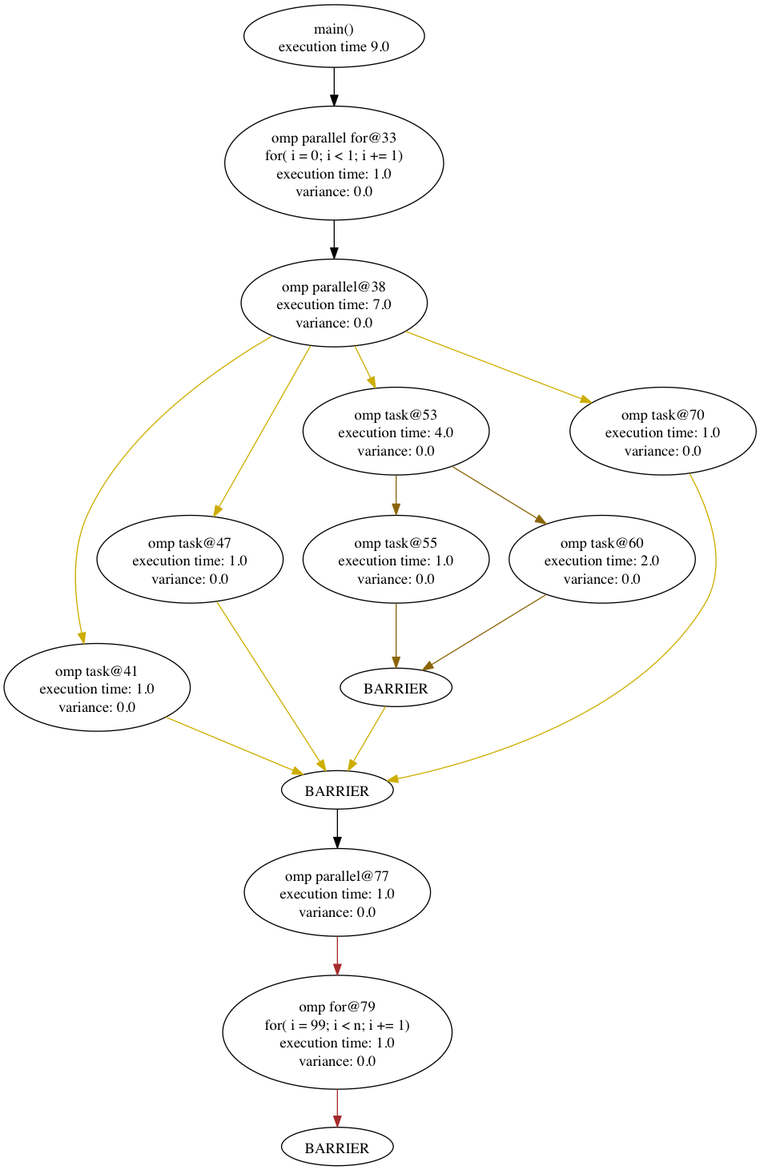
The Graphviz diagram graph_sched/graphs/main_flow.png in filippobrizzi/soma, before a commit. Its source is kept beside it as graph_sched/graphs/main_flow.dot. Source of this version:
```dot
digraph G {
	graph [bb="0,0,704,1088"];
	node [label="\N"];
	26	 [height=0.8171,
		label="main()\nexecution time 9.0",
		pos="309,1058",
		root=26,
		width=2.3433];
	33	 [height=1.4771,
		label="omp parallel for@33\nfor( i = 0; i < 1; i += 1)\nexecution time: 1.0\nvariance: 0.0",
		pos="309,939",
		root=26,
		width=2.8425];
	26 -> 33	 [pos="e,309,992.53 309,1028.4 309,1020.5 309,1011.7 309,1002.7"];
	38	 [height=1.1471,
		label="omp parallel@38\nexecution time: 7.0\nvariance: 0.0",
		pos="309,808",
		root=26,
		width=2.4231];
	33 -> 38	 [pos="e,309,849.55 309,885.53 309,877 309,868.18 309,859.69"];
	41	 [height=1.1471,
		label="omp task@41\nexecution time: 1.0\nvariance: 0.0",
		pos="87,448",
		root=26,
		width=2.4231];
	38 -> 41	 [color=gold3,
		pos="e,74.704,488.99 250.78,776.99 194.66,744.42 113.24,686.62 78,610 62.045,575.31 65.646,531.88 72.493,498.88"];
	47	 [height=1.1471,
		label="omp task@47\nexecution time: 1.0\nvariance: 0.0",
		pos="174,568",
		root=26,
		width=2.4231];
	38 -> 47	 [color=gold3,
		pos="e,196.15,608.06 286.86,767.97 263.41,726.63 226.38,661.35 201.18,616.93"];
	53	 [height=1.1471,
		label="omp task@53\nexecution time: 4.0\nvariance: 0.0",
		pos="367,688",
		root=26,
		width=2.4231];
	38 -> 53	 [color=gold3,
		pos="e,347.57,728.52 328.31,767.71 333.06,758.06 338.19,747.61 343.12,737.58"];
	70	 [height=1.1471,
		label="omp task@70\nexecution time: 1.0\nvariance: 0.0",
		pos="617,688",
		root=26,
		width=2.4231];
	38 -> 70	 [color=gold3,
		pos="e,550.03,714.66 375.83,781.4 424.28,762.83 489.9,737.7 540.45,718.33"];
	"38_end"	 [height=0.5,
		label=BARRIER,
		pos="312,352",
		root=26,
		width=1.4568];
	41 -> "38_end"	 [color=gold3,
		pos="e,279.98,366.38 151.48,420.06 189.77,404.07 237.2,384.25 270.54,370.32"];
	77	 [height=1.1471,
		label="omp parallel@77\nexecution time: 1.0\nvariance: 0.0",
		pos="312,256",
		root=26,
		width=2.4231];
	"38_end" -> 77	 [pos="e,312,297.55 312,333.76 312,326.29 312,317.11 312,307.73"];
	47 -> "38_end"	 [color=gold3,
		pos="e,301.14,369.85 198.99,528.25 226.99,484.83 271.58,415.69 295.52,378.56"];
	55	 [height=1.1471,
		label="omp task@55\nexecution time: 1.0\nvariance: 0.0",
		pos="367,568",
		root=26,
		width=2.4231];
	53 -> 55	 [color=darkgoldenrod4,
		pos="e,367,609.68 367,646.39 367,637.86 367,628.76 367,619.91"];
	60	 [height=1.1471,
		label="omp task@60\nexecution time: 2.0\nvariance: 0.0",
		pos="560,568",
		root=26,
		width=2.4231];
	53 -> 60	 [color=darkgoldenrod4,
		pos="e,507.53,601.08 419.48,654.91 443.95,639.95 473.21,622.06 498.69,606.49"];
	"53_end"	 [height=0.5,
		label=BARRIER,
		pos="367,448",
		root=26,
		width=1.4568];
	55 -> "53_end"	 [color=darkgoldenrod4,
		pos="e,367,466.29 367,526.39 367,509.87 367,491.21 367,476.35"];
	"53_end" -> "38_end"	 [color=gold3,
		pos="e,321.93,369.98 357.17,430.19 348.85,415.98 336.79,395.38 327.23,379.03"];
	60 -> "53_end"	 [color=darkgoldenrod4,
		pos="e,391.58,464.03 507.52,534.91 473.33,514.01 429.75,487.37 400.26,469.33"];
	70 -> "38_end"	 [color=gold3,
		pos="e,358.48,360.42 641.9,648.08 660.37,613.82 678.74,563.67 656,526 593.79,422.96 448.93,379.28 368.44,362.44"];
	79	 [height=1.4771,
		label="omp for@79\nfor( i = 99; i < n; i += 1)\nexecution time: 1.0\nvariance: 0.0",
		pos="312,125",
		root=26,
		width=2.9806];
	77 -> 79	 [color=brown,
		pos="e,312,178.64 312,214.54 312,206.36 312,197.58 312,188.84"];
	"77_end"	 [height=0.5,
		label=BARRIER,
		pos="312,18",
		root=26,
		width=1.4568];
	79 -> "77_end"	 [color=brown,
		pos="e,312,36.46 312,71.808 312,63.132 312,54.445 312,46.694"];
}
```
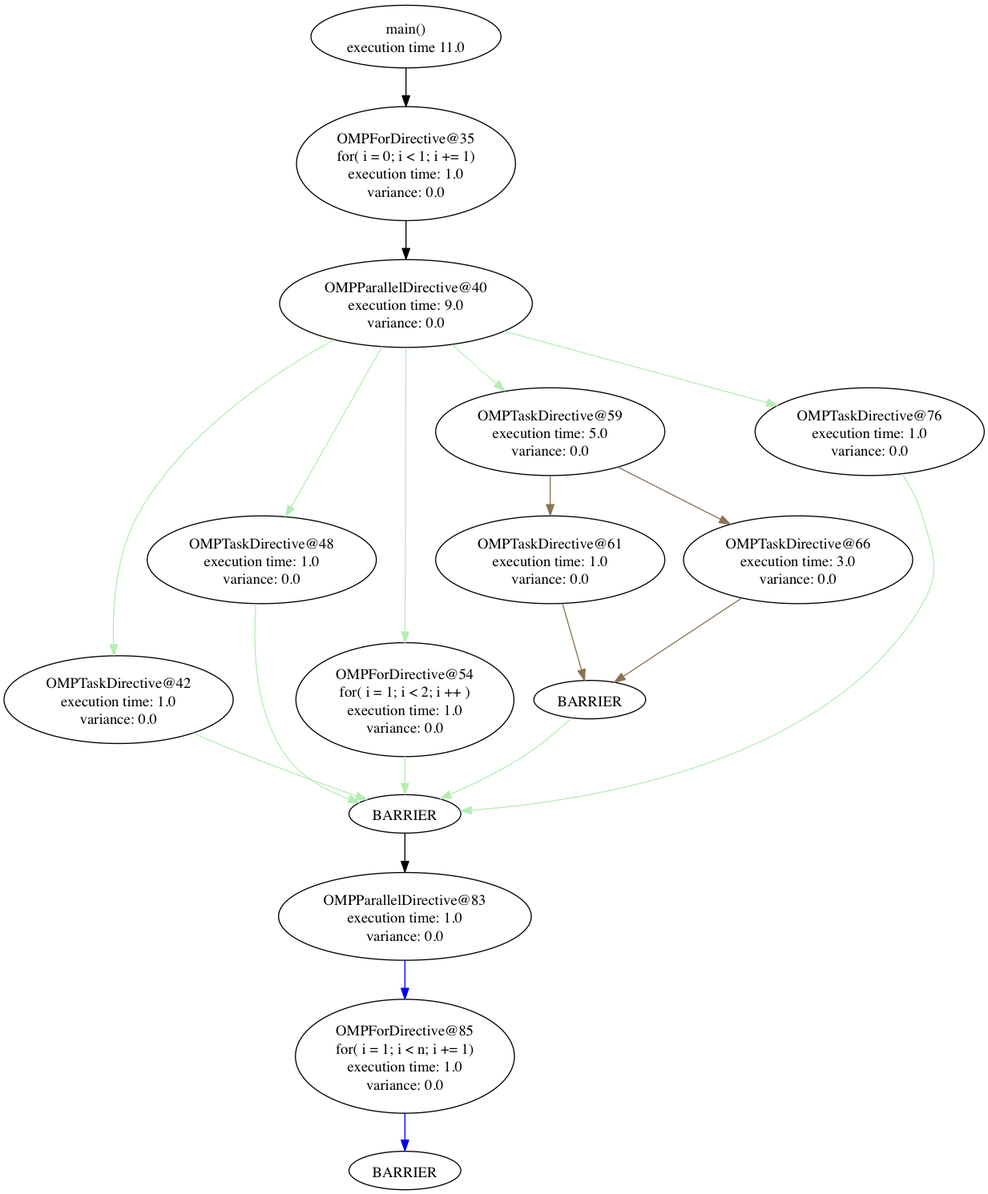
After the commit.

Change to the diagram source:
```diff
@@ -1,105 +1,115 @@
 digraph G {
-	graph [bb="0,0,704,1088"];
+	graph [bb="0,0,917,1110"];
 	node [label="\N"];
-	26	 [height=0.8171,
-		label="main()\nexecution time 9.0",
-		pos="309,1058",
-		root=26,
-		width=2.3433];
-	33	 [height=1.4771,
-		label="omp parallel for@33\nfor( i = 0; i < 1; i += 1)\nexecution time: 1.0\nvariance: 0.0",
-		pos="309,939",
-		root=26,
+	28	 [height=0.8171,
+		label="main()\nexecution time 11.0",
+		pos="376,1080",
+		root=28,
+		width=2.4764];
+	35	 [height=1.4771,
+		label="OMPForDirective@35\nfor( i = 0; i < 1; i += 1)\nexecution time: 1.0\nvariance: 0.0",
+		pos="376,961",
+		root=28,
 		width=2.8425];
-	26 -> 33	 [pos="e,309,992.53 309,1028.4 309,1020.5 309,1011.7 309,1002.7"];
-	38	 [height=1.1471,
-		label="omp parallel@38\nexecution time: 7.0\nvariance: 0.0",
-		pos="309,808",
-		root=26,
-		width=2.4231];
-	33 -> 38	 [pos="e,309,849.55 309,885.53 309,877 309,868.18 309,859.69"];
-	41	 [height=1.1471,
-		label="omp task@41\nexecution time: 1.0\nvariance: 0.0",
-		pos="87,448",
-		root=26,
-		width=2.4231];
-	38 -> 41	 [color=gold3,
-		pos="e,74.704,488.99 250.78,776.99 194.66,744.42 113.24,686.62 78,610 62.045,575.31 65.646,531.88 72.493,498.88"];
-	47	 [height=1.1471,
-		label="omp task@47\nexecution time: 1.0\nvariance: 0.0",
-		pos="174,568",
-		root=26,
-		width=2.4231];
-	38 -> 47	 [color=gold3,
-		pos="e,196.15,608.06 286.86,767.97 263.41,726.63 226.38,661.35 201.18,616.93"];
-	53	 [height=1.1471,
-		label="omp task@53\nexecution time: 4.0\nvariance: 0.0",
-		pos="367,688",
-		root=26,
-		width=2.4231];
-	38 -> 53	 [color=gold3,
-		pos="e,347.57,728.52 328.31,767.71 333.06,758.06 338.19,747.61 343.12,737.58"];
-	70	 [height=1.1471,
-		label="omp task@70\nexecution time: 1.0\nvariance: 0.0",
-		pos="617,688",
-		root=26,
-		width=2.4231];
-	38 -> 70	 [color=gold3,
-		pos="e,550.03,714.66 375.83,781.4 424.28,762.83 489.9,737.7 540.45,718.33"];
-	"38_end"	 [height=0.5,
+	28 -> 35	 [pos="e,376,1014.5 376,1050.4 376,1042.5 376,1033.7 376,1024.7"];
+	40	 [height=1.1471,
+		label="OMPParallelDirective@40\nexecution time: 9.0\nvariance: 0.0",
+		pos="376,830",
+		root=28,
+		width=3.2896];
+	35 -> 40	 [pos="e,376,871.55 376,907.53 376,899 376,890.18 376,881.69"];
+	42	 [height=1.1471,
+		label="OMPTaskDirective@42\nexecution time: 1.0\nvariance: 0.0",
+		pos="107,459",
+		root=28,
+		width=2.9745];
+	40 -> 42	 [color=darkseagreen2,
+		pos="e,102.66,500.53 308.44,795.98 249.25,763.15 166.39,706.91 125,632 104.58,595.05 101.16,546.79 102.23,510.8"];
+	48	 [height=1.1471,
+		label="OMPTaskDirective@48\nexecution time: 1.0\nvariance: 0.0",
+		pos="241,590",
+		root=28,
+		width=2.9745];
+	40 -> 48	 [color=darkseagreen2,
+		pos="e,263.5,630.66 353.56,789.43 330.2,748.25 293.59,683.72 268.51,639.5"];
+	54	 [height=1.4771,
+		label="OMPForDirective@54\nfor( i = 1; i < 2; i ++ )\nexecution time: 1.0\nvariance: 0.0",
+		pos="375,459",
+		root=28,
+		width=2.8384];
+	40 -> 54	 [color=darkseagreen2,
+		pos="e,375.14,512.46 375.89,788.46 375.72,724.26 375.38,598.75 375.17,522.83"];
+	59	 [height=1.1471,
+		label="OMPTaskDirective@59\nexecution time: 5.0\nvariance: 0.0",
+		pos="511,710",
+		root=28,
+		width=2.9745];
+	40 -> 59	 [color=darkseagreen2,
+		pos="e,468.32,748.3 419.09,791.34 432.25,779.84 446.83,767.09 460.44,755.19"];
+	76	 [height=1.1471,
+		label="OMPTaskDirective@76\nexecution time: 1.0\nvariance: 0.0",
+		pos="810,710",
+		root=28,
+		width=2.9745];
+	40 -> 76	 [color=darkseagreen2,
+		pos="e,723.63,734.48 468.04,803.98 540.31,784.33 640.64,757.05 713.93,737.12"];
+	"40_end"	 [height=0.5,
 		label=BARRIER,
-		pos="312,352",
-		root=26,
+		pos="375,352",
+		root=28,
 		width=1.4568];
-	41 -> "38_end"	 [color=gold3,
-		pos="e,279.98,366.38 151.48,420.06 189.77,404.07 237.2,384.25 270.54,370.32"];
-	77	 [height=1.1471,
-		label="omp parallel@77\nexecution time: 1.0\nvariance: 0.0",
-		pos="312,256",
-		root=26,
-		width=2.4231];
-	"38_end" -> 77	 [pos="e,312,297.55 312,333.76 312,326.29 312,317.11 312,307.73"];
-	47 -> "38_end"	 [color=gold3,
-		pos="e,301.14,369.85 198.99,528.25 226.99,484.83 271.58,415.69 295.52,378.56"];
-	55	 [height=1.1471,
-		label="omp task@55\nexecution time: 1.0\nvariance: 0.0",
-		pos="367,568",
-		root=26,
-		width=2.4231];
-	53 -> 55	 [color=darkgoldenrod4,
-		pos="e,367,609.68 367,646.39 367,637.86 367,628.76 367,619.91"];
-	60	 [height=1.1471,
-		label="omp task@60\nexecution time: 2.0\nvariance: 0.0",
-		pos="560,568",
-		root=26,
-		width=2.4231];
-	53 -> 60	 [color=darkgoldenrod4,
-		pos="e,507.53,601.08 419.48,654.91 443.95,639.95 473.21,622.06 498.69,606.49"];
-	"53_end"	 [height=0.5,
+	42 -> "40_end"	 [color=darkseagreen2,
+		pos="e,339.39,365.31 176.73,427.5 193.75,420.27 211.97,412.71 229,406 262.58,392.76 300.97,378.87 329.95,368.64"];
+	83	 [height=1.1471,
+		label="OMPParallelDirective@83\nexecution time: 1.0\nvariance: 0.0",
+		pos="375,256",
+		root=28,
+		width=3.2896];
+	"40_end" -> 83	 [pos="e,375,297.55 375,333.76 375,326.29 375,317.11 375,307.73"];
+	48 -> "40_end"	 [color=darkseagreen2,
+		pos="e,332.33,362.61 235.63,548.62 232.53,508.64 234.02,447.54 264,406 278.04,386.55 301.12,373.97 322.61,365.97"];
+	54 -> "40_end"	 [color=darkseagreen2,
+		pos="e,375,370.46 375,405.81 375,397.13 375,388.44 375,380.69"];
+	61	 [height=1.1471,
+		label="OMPTaskDirective@61\nexecution time: 1.0\nvariance: 0.0",
+		pos="511,590",
+		root=28,
+		width=2.9745];
+	59 -> 61	 [color=burlywood4,
+		pos="e,511,631.68 511,668.39 511,659.86 511,650.76 511,641.91"];
+	66	 [height=1.1471,
+		label="OMPTaskDirective@66\nexecution time: 3.0\nvariance: 0.0",
+		pos="743,590",
+		root=28,
+		width=2.9745];
+	59 -> 66	 [color=burlywood4,
+		pos="e,679.44,623.33 574.7,676.6 604.37,661.51 639.81,643.48 670.5,627.87"];
+	"59_end"	 [height=0.5,
 		label=BARRIER,
-		pos="367,448",
-		root=26,
+		pos="548,459",
+		root=28,
 		width=1.4568];
-	55 -> "53_end"	 [color=darkgoldenrod4,
-		pos="e,367,466.29 367,526.39 367,509.87 367,491.21 367,476.35"];
-	"53_end" -> "38_end"	 [color=gold3,
-		pos="e,321.93,369.98 357.17,430.19 348.85,415.98 336.79,395.38 327.23,379.03"];
-	60 -> "53_end"	 [color=darkgoldenrod4,
-		pos="e,391.58,464.03 507.52,534.91 473.33,514.01 429.75,487.37 400.26,469.33"];
-	70 -> "38_end"	 [color=gold3,
-		pos="e,358.48,360.42 641.9,648.08 660.37,613.82 678.74,563.67 656,526 593.79,422.96 448.93,379.28 368.44,362.44"];
-	79	 [height=1.4771,
-		label="omp for@79\nfor( i = 99; i < n; i += 1)\nexecution time: 1.0\nvariance: 0.0",
-		pos="312,125",
-		root=26,
-		width=2.9806];
-	77 -> 79	 [color=brown,
-		pos="e,312,178.64 312,214.54 312,206.36 312,197.58 312,188.84"];
-	"77_end"	 [height=0.5,
+	61 -> "59_end"	 [color=burlywood4,
+		pos="e,543.09,477.12 522.5,548.89 528.29,528.74 535.14,504.85 540.28,486.92"];
+	"59_end" -> "40_end"	 [color=darkseagreen2,
+		pos="e,408.21,366.24 531.02,441.73 519.05,430.78 502.3,416.49 486,406 464.51,392.17 438.85,379.69 417.62,370.32"];
+	66 -> "59_end"	 [color=burlywood4,
+		pos="e,571.04,475.24 689.97,553.92 654.56,530.49 609.18,500.48 579.39,480.76"];
+	76 -> "40_end"	 [color=darkseagreen2,
+		pos="e,427.17,354.8 840.57,670.34 848.09,658.67 855.1,645.39 859,632 869.44,596.16 877.78,580.27 859,548 772.36,399.15 547.47,363.84 \
+437.45,355.52"];
+	85	 [height=1.4771,
+		label="OMPForDirective@85\nfor( i = 1; i < n; i += 1)\nexecution time: 1.0\nvariance: 0.0",
+		pos="375,125",
+		root=28,
+		width=2.8425];
+	83 -> 85	 [color=blue2,
+		pos="e,375,178.64 375,214.54 375,206.36 375,197.58 375,188.84"];
+	"83_end"	 [height=0.5,
 		label=BARRIER,
-		pos="312,18",
-		root=26,
+		pos="375,18",
+		root=28,
 		width=1.4568];
-	79 -> "77_end"	 [color=brown,
-		pos="e,312,36.46 312,71.808 312,63.132 312,54.445 312,46.694"];
+	85 -> "83_end"	 [color=blue2,
+		pos="e,375,36.46 375,71.808 375,63.132 375,54.445 375,46.694"];
 }
```
